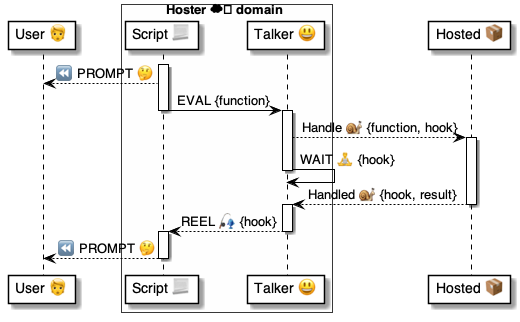
pollyweb-org/pollyweb-docs keeps this PlantUML diagram as 4 ⚙️ Solution/35 💬 Chats/Talkers 😃/😃⏩ Talker flows/Eval Functions 😃⏩📦/😃 Eval ⚙️ uml.png. Above is the earlier version. Its source is kept beside it as 4 ⚙️ Solution/35 💬 Chats/Talkers 😃/😃⏩ Talker flows/Eval Functions 😃⏩📦/😃 Eval ⚙️ uml.puml. Its diagram source:
```plantuml
@startuml Handle

participant "User 🧑" as user
box Hoster ☁️ domain #FFFFFA
    participant "Script 📃" as script
    participant "Talker 😃" as talker
end box
participant "Hosted 📦" as hosted

activate script
    script --> user: ⏪ PROMPT 🤔
    script -> talker: EVAL {function}
deactivate script


activate talker
    talker --> hosted: Handle 🐌 {function, hook}
activate hosted
    talker -> talker: WAIT 🧘 {hook}
deactivate talker

    hosted --> talker: Handled 🐌 {hook, result}
deactivate hosted

activate talker
    talker --> script: REEL 🎣 {hook}
deactivate talker

activate script
    script --> user: ⏪ PROMPT 🤔
deactivate script

@enduml
```
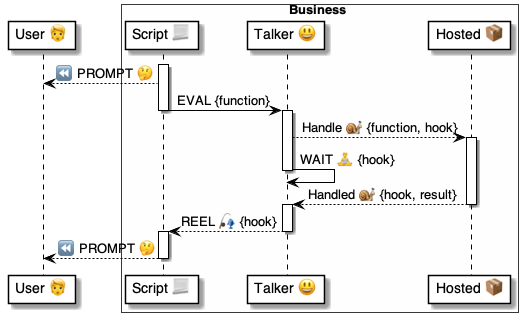
Later version of the same file.

Diff of the diagram source:
```diff
@@ -1,11 +1,12 @@
 @startuml Handle
 
 participant "User 🧑" as user
-box Hoster ☁️ domain #FFFFFA
+
+box Business #FFFFFA
     participant "Script 📃" as script
     participant "Talker 😃" as talker
+    participant "Hosted 📦" as hosted
 end box
-participant "Hosted 📦" as hosted
 
 activate script
     script --> user: ⏪ PROMPT 🤔
```
